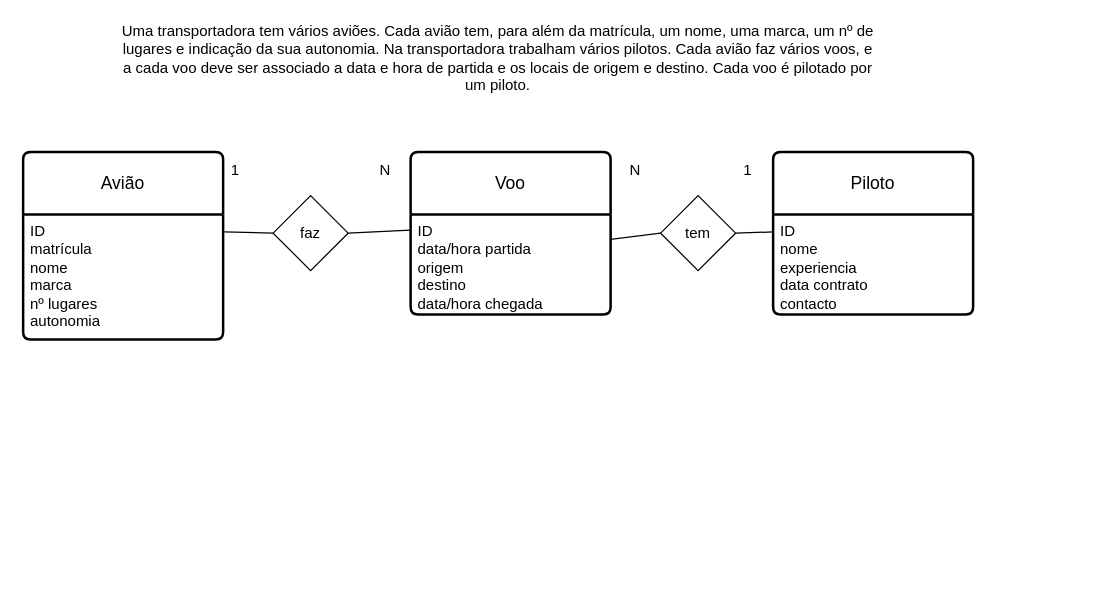
The draw.io diagram page "Página-4" (4 of 6) of PL/PL01.drawio in f06cruz/Bases-Dados, before the edit. Source tidied: cells renumbered, new cells numbered last; positions are measured from the earlier drawing's top-left corner, leaving out a move shared by most shapes. Both pictures are drawn from the tidied source at 125%, with x=0, y=0 at pixel (22, 39).
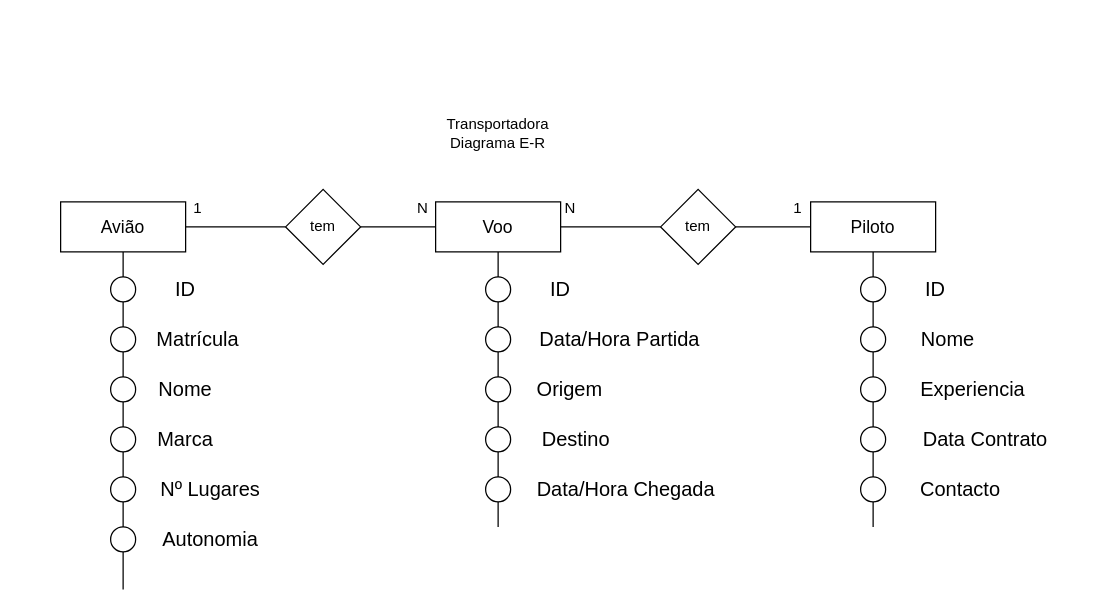
Above is the later version.

Change to the diagram source:
```diff
@@
-    <mxCell id="2" value="Uma transportadora tem vários aviões. Cada avião tem, para além da matrícula, um nome, uma marca, um nº de &lt;br/&gt;lugares e indicação da sua autonomia. Na transportadora trabalham vários pilotos. Cada avião faz vários voos, e &lt;br/&gt;a cada voo deve ser associado a data e hora de partida e os locais de origem e destino. Cada voo é pilotado por &lt;br/&gt;um piloto. " style="text;html=1;whiteSpace=wrap;strokeColor=none;fillColor=none;align=center;verticalAlign=middle;rounded=0;" parent="1" vertex="1">
-      <mxGeometry x="10" width="740" height="30" as="geometry" />
+    <mxCell id="2" value="Transportadora&lt;br&gt;&lt;div&gt;Diagrama E-R&lt;/div&gt;" style="text;html=1;whiteSpace=wrap;strokeColor=none;fillColor=none;align=center;verticalAlign=middle;rounded=0;" parent="1" vertex="1">
+      <mxGeometry x="10" y="60" width="740" height="30" as="geometry" />
     </mxCell>
-    <mxCell id="3" value="Avião" style="swimlane;horizontal=1;startSize=50;rounded=1;fontSize=14;fontStyle=0;strokeWidth=2;shadow=0;dashed=0;align=center;arcSize=4;whiteSpace=wrap;html=1;" parent="1" vertex="1">
-      <mxGeometry y="90" width="160" height="150" as="geometry" />
-    </mxCell>
-    <mxCell id="4" value="ID&lt;div&gt;matrícula&lt;/div&gt;&lt;div&gt;nome&lt;/div&gt;&lt;div&gt;marca&lt;/div&gt;&lt;div&gt;nº lugares&lt;/div&gt;&lt;div&gt;autonomia&lt;/div&gt;" style="align=left;strokeColor=none;fillColor=none;spacingLeft=4;spacingRight=4;fontSize=12;verticalAlign=top;html=1;whiteSpace=wrap;" parent="3" vertex="1">
-      <mxGeometry y="50" width="160" height="100" as="geometry" />
-    </mxCell>
-    <mxCell id="5" value="Piloto" style="swimlane;horizontal=1;startSize=50;rounded=1;fontSize=14;fontStyle=0;strokeWidth=2;shadow=0;dashed=0;align=center;arcSize=4;whiteSpace=wrap;html=1;" parent="1" vertex="1">
-      <mxGeometry x="600" y="90" width="160" height="130" as="geometry" />
-    </mxCell>
-    <mxCell id="6" value="ID&lt;div&gt;nome&lt;/div&gt;&lt;div&gt;experiencia&lt;/div&gt;&lt;div&gt;data contrato&lt;/div&gt;&lt;div&gt;contacto&lt;/div&gt;" style="align=left;strokeColor=none;fillColor=none;spacingLeft=4;spacingRight=4;fontSize=12;verticalAlign=top;html=1;whiteSpace=wrap;" parent="5" vertex="1">
-      <mxGeometry y="50" width="160" height="80" as="geometry" />
-    </mxCell>
-    <mxCell id="7" value="Voo" style="swimlane;horizontal=1;startSize=50;rounded=1;fontSize=14;fontStyle=0;strokeWidth=2;shadow=0;dashed=0;align=center;arcSize=4;whiteSpace=wrap;html=1;" parent="1" vertex="1">
-      <mxGeometry x="310" y="90" width="160" height="130" as="geometry" />
-    </mxCell>
-    <mxCell id="8" value="ID&lt;div&gt;data/hora partida&lt;/div&gt;&lt;div&gt;origem&lt;/div&gt;&lt;div&gt;destino&lt;/div&gt;&lt;div&gt;data/hora chegada&lt;/div&gt;" style="align=left;strokeColor=none;fillColor=none;spacingLeft=4;spacingRight=4;fontSize=12;verticalAlign=top;html=1;whiteSpace=wrap;" parent="7" vertex="1">
-      <mxGeometry y="50" width="160" height="80" as="geometry" />
-    </mxCell>
-    <mxCell id="9" value="faz" style="shape=rhombus;perimeter=rhombusPerimeter;whiteSpace=wrap;html=1;align=center;" parent="1" vertex="1">
-      <mxGeometry x="200" y="125" width="60" height="60" as="geometry" />
-    </mxCell>
     <mxCell id="10" value="tem" style="shape=rhombus;perimeter=rhombusPerimeter;whiteSpace=wrap;html=1;align=center;" parent="1" vertex="1">
-      <mxGeometry x="510" y="125" width="60" height="60" as="geometry" />
+      <mxGeometry x="510" y="120" width="60" height="60" as="geometry" />
     </mxCell>
     <mxCell id="11" value="1" style="text;html=1;whiteSpace=wrap;strokeColor=none;fillColor=none;align=center;verticalAlign=middle;rounded=0;" parent="1" vertex="1">
-      <mxGeometry x="140" y="90" width="60" height="30" as="geometry" />
+      <mxGeometry x="110" y="120" width="60" height="30" as="geometry" />
     </mxCell>
     <mxCell id="12" value="N" style="text;html=1;whiteSpace=wrap;strokeColor=none;fillColor=none;align=center;verticalAlign=middle;rounded=0;" parent="1" vertex="1">
-      <mxGeometry x="260" y="90" width="60" height="30" as="geometry" />
+      <mxGeometry x="290" y="120" width="60" height="30" as="geometry" />
     </mxCell>
     <mxCell id="13" value="N" style="text;html=1;whiteSpace=wrap;strokeColor=none;fillColor=none;align=center;verticalAlign=middle;rounded=0;" parent="1" vertex="1">
-      <mxGeometry x="460" y="90" width="60" height="30" as="geometry" />
+      <mxGeometry x="407.5" y="120" width="60" height="30" as="geometry" />
     </mxCell>
     <mxCell id="14" value="1" style="text;html=1;whiteSpace=wrap;strokeColor=none;fillColor=none;align=center;verticalAlign=middle;rounded=0;" parent="1" vertex="1">
-      <mxGeometry x="550" y="90" width="60" height="30" as="geometry" />
+      <mxGeometry x="590" y="120" width="60" height="30" as="geometry" />
     </mxCell>
-    <mxCell id="15" style="endArrow=none;html=1;rounded=0;exitX=1;exitY=0.5;exitDx=0;exitDy=0;entryX=0.002;entryY=0.175;entryDx=0;entryDy=0;entryPerimeter=0;" parent="1" edge="1" source="10" target="6">
+    <mxCell id="15" style="endArrow=none;html=1;rounded=0;exitX=1;exitY=0.5;exitDx=0;exitDy=0;entryX=0;entryY=0.5;entryDx=0;entryDy=0;" parent="1" edge="1" source="10" target="5">
       <mxGeometry relative="1" as="geometry" />
     </mxCell>
-    <mxCell id="16" style="endArrow=none;html=1;rounded=0;entryX=0;entryY=0.5;entryDx=0;entryDy=0;exitX=1.006;exitY=0.14;exitDx=0;exitDy=0;exitPerimeter=0;" parent="1" edge="1" source="4" target="9">
+    <mxCell id="16" style="endArrow=none;html=1;rounded=0;entryX=0;entryY=0.5;entryDx=0;entryDy=0;exitX=1;exitY=0.5;exitDx=0;exitDy=0;" parent="1" edge="1" source="3" target="62">
       <mxGeometry relative="1" as="geometry" />
     </mxCell>
-    <mxCell id="17" style="endArrow=none;html=1;rounded=0;exitX=1;exitY=0.5;exitDx=0;exitDy=0;entryX=-0.002;entryY=0.158;entryDx=0;entryDy=0;entryPerimeter=0;" parent="1" edge="1" source="9" target="8">
-      <mxGeometry relative="1" as="geometry" />
+    <mxCell id="17" style="endArrow=none;html=1;rounded=0;exitX=1;exitY=0.5;exitDx=0;exitDy=0;entryX=0;entryY=0.5;entryDx=0;entryDy=0;" parent="1" edge="1" target="7">
+      <mxGeometry relative="1" as="geometry">
+        <mxPoint x="270" y="150" as="sourcePoint" />
+      </mxGeometry>
     </mxCell>
-    <mxCell id="18" style="endArrow=none;html=1;rounded=0;entryX=0;entryY=0.5;entryDx=0;entryDy=0;exitX=1;exitY=0.25;exitDx=0;exitDy=0;" parent="1" edge="1" source="8" target="10">
+    <mxCell id="18" style="endArrow=none;html=1;rounded=0;entryX=0;entryY=0.5;entryDx=0;entryDy=0;exitX=1;exitY=0.5;exitDx=0;exitDy=0;" parent="1" edge="1" source="7" target="10">
       <mxGeometry relative="1" as="geometry" />
     </mxCell>
+    <mxCell id="3" value="&lt;span style=&quot;font-size: 14px;&quot;&gt;Avião&lt;/span&gt;" style="whiteSpace=wrap;html=1;align=center;" parent="1" vertex="1">
+      <mxGeometry x="30" y="130" width="100" height="40" as="geometry" />
+    </mxCell>
+    <mxCell id="19" style="endArrow=none;html=1;rounded=0;fontSize=12;startSize=8;endSize=8;curved=1;entryX=0.5;entryY=1;entryDx=0;entryDy=0;" parent="1" edge="1" source="21" target="3">
+      <mxGeometry relative="1" as="geometry" />
+    </mxCell>
+    <mxCell id="20" style="endArrow=none;html=1;rounded=0;fontSize=12;startSize=8;endSize=8;curved=1;entryX=0.5;entryY=1;entryDx=0;entryDy=0;" parent="1" edge="1" source="23" target="21">
+      <mxGeometry relative="1" as="geometry" />
+    </mxCell>
+    <mxCell id="21" style="ellipse;whiteSpace=wrap;html=1;" parent="1" vertex="1">
+      <mxGeometry x="70" y="190" width="20" height="20" as="geometry" />
+    </mxCell>
+    <mxCell id="22" style="endArrow=none;html=1;rounded=0;fontSize=12;startSize=8;endSize=8;curved=1;entryX=0.5;entryY=1;entryDx=0;entryDy=0;" parent="1" edge="1" source="27" target="23">
+      <mxGeometry relative="1" as="geometry" />
+    </mxCell>
+    <mxCell id="23" style="ellipse;whiteSpace=wrap;html=1;" parent="1" vertex="1">
+      <mxGeometry x="70" y="230" width="20" height="20" as="geometry" />
+    </mxCell>
+    <mxCell id="24" style="ellipse;whiteSpace=wrap;html=1;" parent="1" vertex="1">
+      <mxGeometry x="70" y="270" width="20" height="20" as="geometry" />
+    </mxCell>
+    <mxCell id="25" style="ellipse;whiteSpace=wrap;html=1;" parent="1" vertex="1">
+      <mxGeometry x="70" y="310" width="20" height="20" as="geometry" />
+    </mxCell>
+    <mxCell id="26" style="endArrow=none;html=1;rounded=0;fontSize=12;startSize=8;endSize=8;curved=1;entryX=0.5;entryY=1;entryDx=0;entryDy=0;" parent="1" edge="1" target="27">
+      <mxGeometry relative="1" as="geometry">
+        <mxPoint x="80" y="440" as="sourcePoint" />
+      </mxGeometry>
+    </mxCell>
+    <mxCell id="27" style="ellipse;whiteSpace=wrap;html=1;" parent="1" vertex="1">
+      <mxGeometry x="70" y="350" width="20" height="20" as="geometry" />
+    </mxCell>
+    <mxCell id="28" value="ID" style="text;html=1;whiteSpace=wrap;strokeColor=none;fillColor=none;align=center;verticalAlign=middle;rounded=0;fontSize=16;" parent="1" vertex="1">
+      <mxGeometry x="100" y="185" width="60" height="30" as="geometry" />
+    </mxCell>
+    <mxCell id="29" value="Matrícula" style="text;html=1;whiteSpace=wrap;strokeColor=none;fillColor=none;align=center;verticalAlign=middle;rounded=0;fontSize=16;" parent="1" vertex="1">
+      <mxGeometry x="100" y="225" width="80" height="30" as="geometry" />
+    </mxCell>
+    <mxCell id="30" value="Nome" style="text;html=1;whiteSpace=wrap;strokeColor=none;fillColor=none;align=center;verticalAlign=middle;rounded=0;fontSize=16;" parent="1" vertex="1">
+      <mxGeometry x="100" y="265" width="60" height="30" as="geometry" />
+    </mxCell>
+    <mxCell id="31" value="Marca" style="text;html=1;whiteSpace=wrap;strokeColor=none;fillColor=none;align=center;verticalAlign=middle;rounded=0;fontSize=16;" parent="1" vertex="1">
+      <mxGeometry x="100" y="305" width="60" height="30" as="geometry" />
+    </mxCell>
+    <mxCell id="32" value="Nº Lugares" style="text;html=1;whiteSpace=wrap;strokeColor=none;fillColor=none;align=center;verticalAlign=middle;rounded=0;fontSize=16;" parent="1" vertex="1">
+      <mxGeometry x="90" y="345" width="120" height="30" as="geometry" />
+    </mxCell>
+    <mxCell id="33" style="ellipse;whiteSpace=wrap;html=1;" parent="1" vertex="1">
+      <mxGeometry x="70" y="390" width="20" height="20" as="geometry" />
+    </mxCell>
+    <mxCell id="34" value="Autonomia" style="text;html=1;whiteSpace=wrap;strokeColor=none;fillColor=none;align=center;verticalAlign=middle;rounded=0;fontSize=16;" parent="1" vertex="1">
+      <mxGeometry x="90" y="385" width="120" height="30" as="geometry" />
+    </mxCell>
+    <mxCell id="7" value="&lt;span style=&quot;font-size: 14px;&quot;&gt;Voo&lt;/span&gt;" style="whiteSpace=wrap;html=1;align=center;" parent="1" vertex="1">
+      <mxGeometry x="330" y="130" width="100" height="40" as="geometry" />
+    </mxCell>
+    <mxCell id="35" style="endArrow=none;html=1;rounded=0;fontSize=12;startSize=8;endSize=8;curved=1;entryX=0.5;entryY=1;entryDx=0;entryDy=0;" parent="1" edge="1" source="37" target="7">
+      <mxGeometry relative="1" as="geometry" />
+    </mxCell>
+    <mxCell id="36" style="endArrow=none;html=1;rounded=0;fontSize=12;startSize=8;endSize=8;curved=1;entryX=0.5;entryY=1;entryDx=0;entryDy=0;" parent="1" edge="1" source="39" target="37">
+      <mxGeometry relative="1" as="geometry" />
+    </mxCell>
+    <mxCell id="37" style="ellipse;whiteSpace=wrap;html=1;" parent="1" vertex="1">
+      <mxGeometry x="370" y="190" width="20" height="20" as="geometry" />
+    </mxCell>
+    <mxCell id="38" style="endArrow=none;html=1;rounded=0;fontSize=12;startSize=8;endSize=8;curved=1;entryX=0.5;entryY=1;entryDx=0;entryDy=0;" parent="1" edge="1" source="43" target="39">
+      <mxGeometry relative="1" as="geometry" />
+    </mxCell>
+    <mxCell id="39" style="ellipse;whiteSpace=wrap;html=1;" parent="1" vertex="1">
+      <mxGeometry x="370" y="230" width="20" height="20" as="geometry" />
+    </mxCell>
+    <mxCell id="40" style="ellipse;whiteSpace=wrap;html=1;" parent="1" vertex="1">
+      <mxGeometry x="370" y="270" width="20" height="20" as="geometry" />
+    </mxCell>
+    <mxCell id="41" style="ellipse;whiteSpace=wrap;html=1;" parent="1" vertex="1">
+      <mxGeometry x="370" y="310" width="20" height="20" as="geometry" />
+    </mxCell>
+    <mxCell id="42" style="endArrow=none;html=1;rounded=0;fontSize=12;startSize=8;endSize=8;curved=1;entryX=0.5;entryY=1;entryDx=0;entryDy=0;" parent="1" edge="1" target="43">
+      <mxGeometry relative="1" as="geometry">
+        <mxPoint x="380" y="390" as="sourcePoint" />
+      </mxGeometry>
+    </mxCell>
+    <mxCell id="43" style="ellipse;whiteSpace=wrap;html=1;" parent="1" vertex="1">
+      <mxGeometry x="370" y="350" width="20" height="20" as="geometry" />
+    </mxCell>
+    <mxCell id="44" value="ID" style="text;html=1;whiteSpace=wrap;strokeColor=none;fillColor=none;align=center;verticalAlign=middle;rounded=0;fontSize=16;" parent="1" vertex="1">
+      <mxGeometry x="400" y="185" width="60" height="30" as="geometry" />
+    </mxCell>
+    <mxCell id="45" value="Data/Hora Partida" style="text;html=1;whiteSpace=wrap;strokeColor=none;fillColor=none;align=center;verticalAlign=middle;rounded=0;fontSize=16;" parent="1" vertex="1">
+      <mxGeometry x="400" y="225" width="155" height="30" as="geometry" />
+    </mxCell>
+    <mxCell id="46" value="Origem" style="text;html=1;whiteSpace=wrap;strokeColor=none;fillColor=none;align=center;verticalAlign=middle;rounded=0;fontSize=16;" parent="1" vertex="1">
+      <mxGeometry x="400" y="265" width="75" height="30" as="geometry" />
+    </mxCell>
+    <mxCell id="47" value="Destino" style="text;html=1;whiteSpace=wrap;strokeColor=none;fillColor=none;align=center;verticalAlign=middle;rounded=0;fontSize=16;" parent="1" vertex="1">
+      <mxGeometry x="400" y="305" width="85" height="30" as="geometry" />
+    </mxCell>
+    <mxCell id="5" value="&lt;span style=&quot;font-size: 14px;&quot;&gt;Piloto&lt;/span&gt;" style="whiteSpace=wrap;html=1;align=center;" parent="1" vertex="1">
+      <mxGeometry x="630" y="130" width="100" height="40" as="geometry" />
+    </mxCell>
+    <mxCell id="48" style="endArrow=none;html=1;rounded=0;fontSize=12;startSize=8;endSize=8;curved=1;entryX=0.5;entryY=1;entryDx=0;entryDy=0;" parent="1" edge="1" source="50" target="5">
+      <mxGeometry relative="1" as="geometry" />
+    </mxCell>
+    <mxCell id="49" style="endArrow=none;html=1;rounded=0;fontSize=12;startSize=8;endSize=8;curved=1;entryX=0.5;entryY=1;entryDx=0;entryDy=0;" parent="1" edge="1" source="52" target="50">
+      <mxGeometry relative="1" as="geometry" />
+    </mxCell>
+    <mxCell id="50" style="ellipse;whiteSpace=wrap;html=1;" parent="1" vertex="1">
+      <mxGeometry x="670" y="190" width="20" height="20" as="geometry" />
+    </mxCell>
+    <mxCell id="51" style="endArrow=none;html=1;rounded=0;fontSize=12;startSize=8;endSize=8;curved=1;entryX=0.5;entryY=1;entryDx=0;entryDy=0;" parent="1" edge="1" source="56" target="52">
+      <mxGeometry relative="1" as="geometry" />
+    </mxCell>
+    <mxCell id="52" style="ellipse;whiteSpace=wrap;html=1;" parent="1" vertex="1">
+      <mxGeometry x="670" y="230" width="20" height="20" as="geometry" />
+    </mxCell>
+    <mxCell id="53" style="ellipse;whiteSpace=wrap;html=1;" parent="1" vertex="1">
+      <mxGeometry x="670" y="270" width="20" height="20" as="geometry" />
+    </mxCell>
+    <mxCell id="54" style="ellipse;whiteSpace=wrap;html=1;" parent="1" vertex="1">
+      <mxGeometry x="670" y="310" width="20" height="20" as="geometry" />
+    </mxCell>
+    <mxCell id="55" style="endArrow=none;html=1;rounded=0;fontSize=12;startSize=8;endSize=8;curved=1;entryX=0.5;entryY=1;entryDx=0;entryDy=0;" parent="1" edge="1" target="56">
+      <mxGeometry relative="1" as="geometry">
+        <mxPoint x="680" y="390" as="sourcePoint" />
+      </mxGeometry>
+    </mxCell>
+    <mxCell id="56" style="ellipse;whiteSpace=wrap;html=1;" parent="1" vertex="1">
+      <mxGeometry x="670" y="350" width="20" height="20" as="geometry" />
+    </mxCell>
+    <mxCell id="57" value="ID" style="text;html=1;whiteSpace=wrap;strokeColor=none;fillColor=none;align=center;verticalAlign=middle;rounded=0;fontSize=16;" parent="1" vertex="1">
+      <mxGeometry x="700" y="185" width="60" height="30" as="geometry" />
+    </mxCell>
+    <mxCell id="58" value="Nome" style="text;html=1;whiteSpace=wrap;strokeColor=none;fillColor=none;align=center;verticalAlign=middle;rounded=0;fontSize=16;" parent="1" vertex="1">
+      <mxGeometry x="700" y="225" width="80" height="30" as="geometry" />
+    </mxCell>
+    <mxCell id="59" value="Experiencia" style="text;html=1;whiteSpace=wrap;strokeColor=none;fillColor=none;align=center;verticalAlign=middle;rounded=0;fontSize=16;" parent="1" vertex="1">
+      <mxGeometry x="700" y="265" width="120" height="30" as="geometry" />
+    </mxCell>
+    <mxCell id="60" value="Data Contrato" style="text;html=1;whiteSpace=wrap;strokeColor=none;fillColor=none;align=center;verticalAlign=middle;rounded=0;fontSize=16;" parent="1" vertex="1">
+      <mxGeometry x="700" y="305" width="140" height="30" as="geometry" />
+    </mxCell>
+    <mxCell id="61" value="Data/Hora Chegada" style="text;html=1;whiteSpace=wrap;strokeColor=none;fillColor=none;align=center;verticalAlign=middle;rounded=0;fontSize=16;" parent="1" vertex="1">
+      <mxGeometry x="400" y="345" width="165" height="30" as="geometry" />
+    </mxCell>
+    <mxCell id="62" value="tem" style="shape=rhombus;perimeter=rhombusPerimeter;whiteSpace=wrap;html=1;align=center;" parent="1" vertex="1">
+      <mxGeometry x="210" y="120" width="60" height="60" as="geometry" />
+    </mxCell>
+    <mxCell id="63" value="Contacto" style="text;html=1;whiteSpace=wrap;strokeColor=none;fillColor=none;align=center;verticalAlign=middle;rounded=0;fontSize=16;" parent="1" vertex="1">
+      <mxGeometry x="700" y="345" width="100" height="30" as="geometry" />
+    </mxCell>
```
